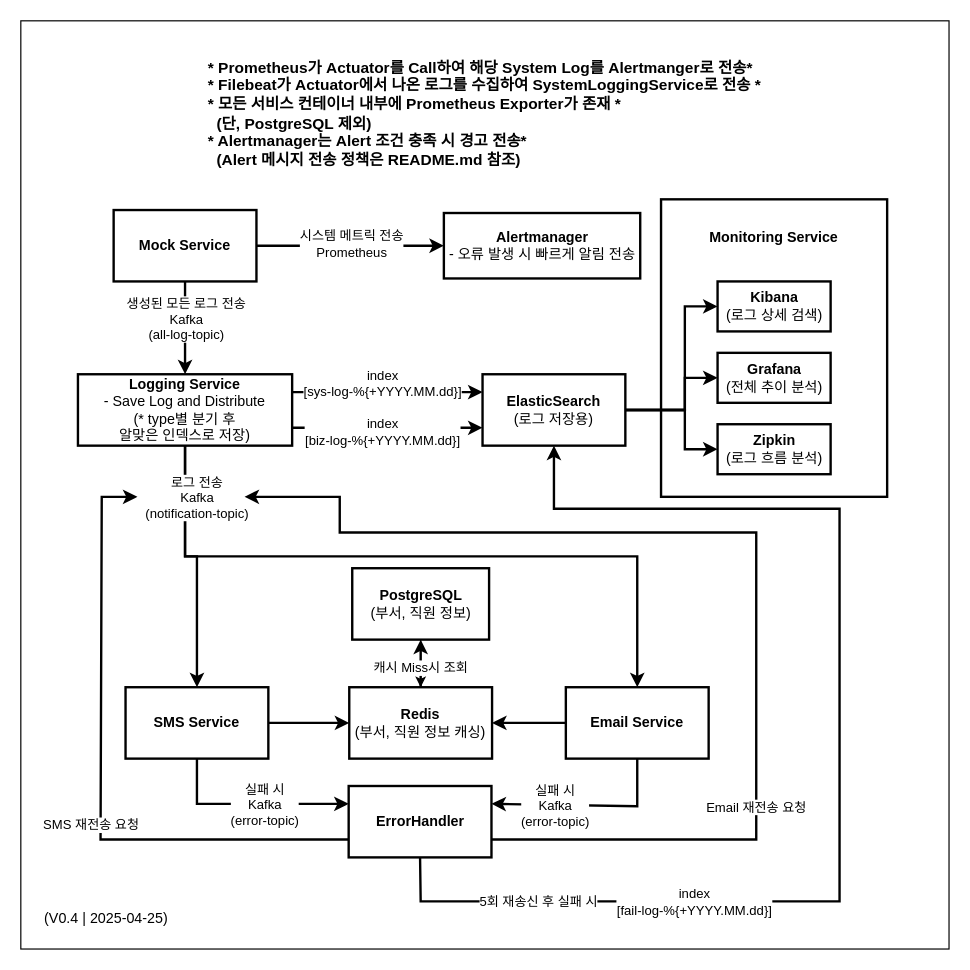
rihee1214/logstream-alert-system keeps this draw.io diagram as docs/architecture/MsaLogHandleProjects.drawio. Above is the earlier version. Source tidied: cells renumbered, new cells numbered last; positions are measured from the earlier drawing's top-left corner, leaving out a move shared by most shapes. Both pictures are drawn from the tidied source at 119%, with x=0, y=0 at pixel (20, 20).
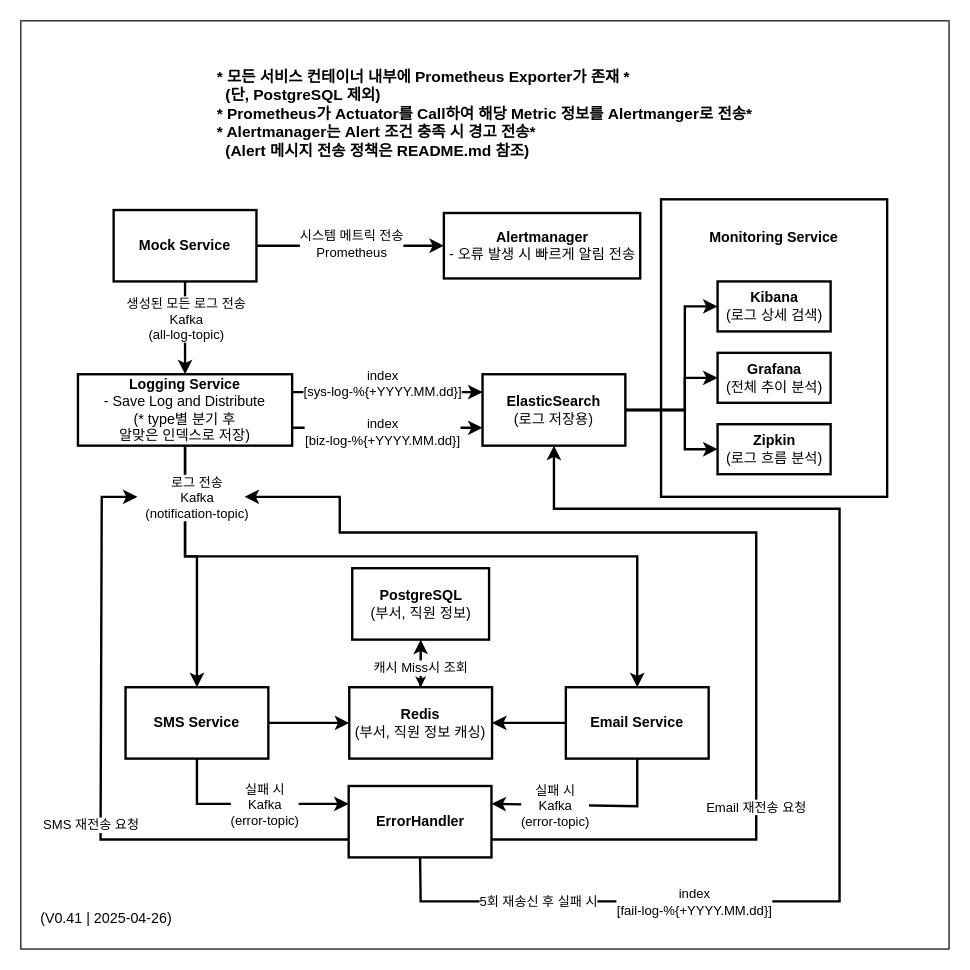
Above is the later version.

Diff of the diagram source:
```diff
@@
-    <mxCell id="36" value="&lt;font style=&quot;color: light-dark(rgb(0, 0, 0), rgb(0, 0, 0));&quot;&gt;(V0.4 | 2025-04-25)&lt;/font&gt;" style="text;html=1;align=center;verticalAlign=middle;whiteSpace=wrap;rounded=0;" parent="1" vertex="1">
+    <mxCell id="36" value="&lt;font style=&quot;color: light-dark(rgb(0, 0, 0), rgb(0, 0, 0));&quot;&gt;(V0.41 | 2025-04-26)&lt;/font&gt;" style="text;html=1;align=center;verticalAlign=middle;whiteSpace=wrap;rounded=0;" parent="1" vertex="1">
       <mxGeometry x="2" y="740" width="140" height="30" as="geometry" />
     </mxCell>
-    <mxCell id="37" value="&lt;div style=&quot;text-align: left;&quot;&gt;&lt;font style=&quot;font-size: 13px; color: light-dark(rgb(0, 0, 0), rgb(211, 84, 0));&quot;&gt;&lt;b style=&quot;&quot;&gt;* Prometheus가 Actuator를 Call하여 해당 System Log를 Alertmanger로 전송*&lt;/b&gt;&lt;/font&gt;&lt;/div&gt;&lt;div style=&quot;text-align: left;&quot;&gt;&lt;font style=&quot;font-size: 13px; color: light-dark(rgb(0, 0, 0), rgb(211, 84, 0));&quot;&gt;&lt;b style=&quot;&quot;&gt;* Filebeat가 Actuator에서 나온 로그를 수집하여 SystemLoggingService로 전송 *&lt;br&gt;&lt;/b&gt;&lt;/font&gt;&lt;/div&gt;&lt;div style=&quot;text-align: left;&quot;&gt;&lt;font style=&quot;&quot;&gt;&lt;font style=&quot;color: light-dark(rgb(0, 0, 0), rgb(211, 84, 0)); font-size: 13px;&quot;&gt;&lt;b&gt;* 모든 서비스 컨테이너 내부에&amp;nbsp;&lt;/b&gt;&lt;/font&gt;&lt;font style=&quot;color: light-dark(rgb(0, 0, 0), rgb(211, 84, 0));&quot;&gt;&lt;b style=&quot;background-color: transparent; font-size: 13px;&quot;&gt;Prometheus Exporter가 존재&lt;/b&gt;&lt;b style=&quot;font-size: 13px; background-color: transparent;&quot;&gt;&amp;nbsp;*&lt;/b&gt;&lt;/font&gt;&lt;b style=&quot;color: light-dark(rgb(0, 0, 0), rgb(211, 84, 0)); font-size: 13px; background-color: transparent;&quot;&gt;&amp;nbsp;&lt;/b&gt;&lt;/font&gt;&lt;/div&gt;&lt;div style=&quot;text-align: left;&quot;&gt;&lt;font style=&quot;color: light-dark(rgb(0, 0, 0), rgb(211, 84, 0));&quot;&gt;&lt;b style=&quot;font-size: 13px; background-color: transparent;&quot;&gt;&amp;nbsp; (단,&amp;nbsp;&lt;/b&gt;&lt;b style=&quot;background-color: transparent; font-size: 13px;&quot;&gt;PostgreSQL 제외)&lt;/b&gt;&lt;/font&gt;&lt;/div&gt;&lt;div style=&quot;text-align: left;&quot;&gt;&lt;span style=&quot;background-color: transparent;&quot;&gt;&lt;font style=&quot;font-size: 13px; color: light-dark(rgb(0, 0, 0), rgb(211, 84, 0));&quot;&gt;&lt;b style=&quot;&quot;&gt;* Alertmanager는 Alert 조건 충족 시 경고 전송*&amp;nbsp;&lt;/b&gt;&lt;/font&gt;&lt;/span&gt;&lt;/div&gt;&lt;div style=&quot;text-align: left;&quot;&gt;&lt;b style=&quot;font-size: 13px; color: rgb(211, 84, 0);&quot;&gt;&lt;font style=&quot;color: light-dark(rgb(0, 0, 0), rgb(211, 84, 0));&quot;&gt;&amp;nbsp; (Alert 메시지 전송 정책은 README.md 참조)&lt;/font&gt;&lt;/b&gt;&lt;span style=&quot;background-color: transparent;&quot;&gt;&lt;font style=&quot;font-size: 13px; color: light-dark(rgb(0, 0, 0), rgb(211, 84, 0));&quot;&gt;&lt;b style=&quot;&quot;&gt;&lt;/b&gt;&lt;/font&gt;&lt;/span&gt;&lt;/div&gt;" style="text;html=1;align=center;verticalAlign=middle;whiteSpace=wrap;rounded=0;fillColor=light-dark(#FFFFFF,#FFFFFF);" parent="1" vertex="1">
+    <mxCell id="37" value="&lt;div style=&quot;text-align: left;&quot;&gt;&lt;font style=&quot;font-size: 13px; color: light-dark(rgb(0, 0, 0), rgb(211, 84, 0));&quot;&gt;&lt;div style=&quot;color: rgb(255, 255, 255); font-size: 12px;&quot;&gt;&lt;font style=&quot;color: light-dark(rgb(0, 0, 0), rgb(211, 84, 0)); font-size: 13px;&quot;&gt;&lt;b&gt;* 모든 서비스 컨테이너 내부에&amp;nbsp;&lt;/b&gt;&lt;/font&gt;&lt;font style=&quot;color: light-dark(rgb(0, 0, 0), rgb(211, 84, 0));&quot;&gt;&lt;b style=&quot;background-color: transparent; font-size: 13px;&quot;&gt;Prometheus Exporter가 존재&lt;/b&gt;&lt;b style=&quot;font-size: 13px; background-color: transparent;&quot;&gt;&amp;nbsp;*&lt;/b&gt;&lt;/font&gt;&lt;b style=&quot;color: light-dark(rgb(0, 0, 0), rgb(211, 84, 0)); font-size: 13px; background-color: transparent;&quot;&gt;&amp;nbsp;&lt;/b&gt;&lt;/div&gt;&lt;div style=&quot;color: rgb(255, 255, 255); font-size: 12px;&quot;&gt;&lt;font style=&quot;color: light-dark(rgb(0, 0, 0), rgb(211, 84, 0));&quot;&gt;&lt;b style=&quot;font-size: 13px; background-color: transparent;&quot;&gt;&amp;nbsp; (단,&amp;nbsp;&lt;/b&gt;&lt;b style=&quot;background-color: transparent; font-size: 13px;&quot;&gt;PostgreSQL 제외)&lt;/b&gt;&lt;/font&gt;&lt;/div&gt;&lt;/font&gt;&lt;/div&gt;&lt;div style=&quot;text-align: left;&quot;&gt;&lt;font style=&quot;font-size: 13px; color: light-dark(rgb(0, 0, 0), rgb(211, 84, 0));&quot;&gt;&lt;b style=&quot;&quot;&gt;* Prometheus가 Actuator를 Call하여 해당 Metric 정보를 Alertmanger로 전송*&lt;/b&gt;&lt;/font&gt;&lt;/div&gt;&lt;div style=&quot;text-align: left;&quot;&gt;&lt;span style=&quot;background-color: transparent;&quot;&gt;&lt;font style=&quot;font-size: 13px; color: light-dark(rgb(0, 0, 0), rgb(211, 84, 0));&quot;&gt;&lt;b style=&quot;&quot;&gt;* Alertmanager는 Alert 조건 충족 시 경고 전송*&amp;nbsp;&lt;/b&gt;&lt;/font&gt;&lt;/span&gt;&lt;/div&gt;&lt;div style=&quot;text-align: left;&quot;&gt;&lt;b style=&quot;font-size: 13px; color: rgb(211, 84, 0);&quot;&gt;&lt;font style=&quot;color: light-dark(rgb(0, 0, 0), rgb(211, 84, 0));&quot;&gt;&amp;nbsp; (Alert 메시지 전송 정책은 README.md 참조)&lt;/font&gt;&lt;/b&gt;&lt;span style=&quot;background-color: transparent;&quot;&gt;&lt;font style=&quot;font-size: 13px; color: light-dark(rgb(0, 0, 0), rgb(211, 84, 0));&quot;&gt;&lt;b style=&quot;&quot;&gt;&lt;/b&gt;&lt;/font&gt;&lt;/span&gt;&lt;/div&gt;" style="text;html=1;align=center;verticalAlign=middle;whiteSpace=wrap;rounded=0;fillColor=light-dark(#FFFFFF,#FFFFFF);" parent="1" vertex="1">
       <mxGeometry x="154" y="30" width="472" height="96" as="geometry" />
     </mxCell>
```
